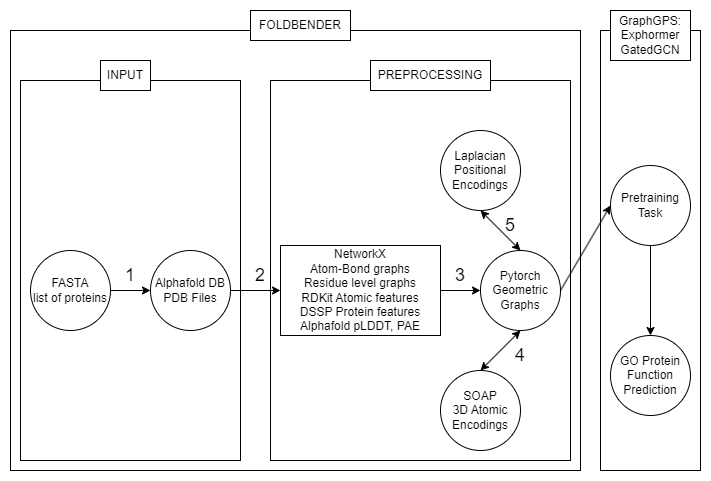
Earlier version of the draw.io export foldbent.png (branchialspace/foldbender). Source tidied: cells renumbered, new cells last; positions are measured from the earlier drawing's top-left corner, leaving out a move shared by most shapes. The source it was exported from:
```xml
<mxGraphModel>
  <root>
    <mxCell id="0" />
    <mxCell id="1" parent="0" />
    <mxCell id="2" style="rounded=0;whiteSpace=wrap;html=1;" parent="1" vertex="1">
      <mxGeometry y="20" width="570" height="440" as="geometry" />
    </mxCell>
    <mxCell id="3" style="rounded=0;whiteSpace=wrap;html=1;" parent="1" vertex="1">
      <mxGeometry x="590" y="20" width="100" height="440" as="geometry" />
    </mxCell>
    <mxCell id="4" style="rounded=0;whiteSpace=wrap;html=1;" parent="1" vertex="1">
      <mxGeometry x="260" y="70" width="300" height="380" as="geometry" />
    </mxCell>
    <mxCell id="5" style="rounded=0;whiteSpace=wrap;html=1;" parent="1" vertex="1">
      <mxGeometry x="10" y="70" width="220" height="380" as="geometry" />
    </mxCell>
    <mxCell id="6" value="FASTA&lt;br&gt;list of proteins" style="ellipse;whiteSpace=wrap;html=1;" parent="1" vertex="1">
      <mxGeometry x="20" y="240" width="80" height="80" as="geometry" />
    </mxCell>
    <mxCell id="7" value="Alphafold DB&lt;br&gt;PDB Files" style="ellipse;whiteSpace=wrap;html=1;" parent="1" vertex="1">
      <mxGeometry x="140" y="240" width="80" height="80" as="geometry" />
    </mxCell>
    <mxCell id="8" style="endArrow=classic;html=1;rounded=0;exitX=1;exitY=0.5;exitDx=0;exitDy=0;entryX=0;entryY=0.5;entryDx=0;entryDy=0;" parent="1" edge="1" source="6" target="7">
      <mxGeometry relative="1" as="geometry" />
    </mxCell>
    <mxCell id="9" value="NetworkX &lt;br&gt;Atom-Bond graphs&lt;br&gt;Residue level graphs&lt;br&gt;RDKit Atomic features&lt;br&gt;DSSP Protein features&lt;br&gt;Alphafold pLDDT, PAE" style="rounded=0;whiteSpace=wrap;html=1;align=center;" parent="1" vertex="1">
      <mxGeometry x="270" y="235" width="160" height="90" as="geometry" />
    </mxCell>
    <mxCell id="10" style="edgeStyle=orthogonalEdgeStyle;rounded=0;orthogonalLoop=1;jettySize=auto;html=1;exitX=0.5;exitY=1;exitDx=0;exitDy=0;" parent="1" edge="1" source="9" target="9">
      <mxGeometry relative="1" as="geometry" />
    </mxCell>
    <mxCell id="11" style="endArrow=classic;html=1;rounded=0;exitX=1;exitY=0.5;exitDx=0;exitDy=0;entryX=0;entryY=0.5;entryDx=0;entryDy=0;" parent="1" edge="1" source="7" target="9">
      <mxGeometry relative="1" as="geometry" />
    </mxCell>
    <mxCell id="12" value="Pytorch Geometric&lt;br&gt;Graphs" style="ellipse;whiteSpace=wrap;html=1;" parent="1" vertex="1">
      <mxGeometry x="470" y="240" width="80" height="80" as="geometry" />
    </mxCell>
    <mxCell id="13" style="endArrow=classic;html=1;rounded=0;exitX=1;exitY=0.5;exitDx=0;exitDy=0;entryX=0;entryY=0.5;entryDx=0;entryDy=0;" parent="1" edge="1" source="9" target="12">
      <mxGeometry relative="1" as="geometry" />
    </mxCell>
    <mxCell id="14" value="Laplacian&lt;br&gt;Positional&lt;br&gt;Encodings" style="ellipse;whiteSpace=wrap;html=1;" parent="1" vertex="1">
      <mxGeometry x="430" y="120" width="80" height="80" as="geometry" />
    </mxCell>
    <mxCell id="15" value="SOAP&lt;br&gt;3D Atomic Encodings" style="ellipse;whiteSpace=wrap;html=1;" parent="1" vertex="1">
      <mxGeometry x="430" y="360" width="80" height="80" as="geometry" />
    </mxCell>
    <mxCell id="16" style="endArrow=classic;startArrow=classic;html=1;rounded=0;exitX=0.5;exitY=0;exitDx=0;exitDy=0;entryX=0.5;entryY=1;entryDx=0;entryDy=0;" parent="1" edge="1" source="12" target="14">
      <mxGeometry relative="1" as="geometry" />
    </mxCell>
    <mxCell id="17" style="endArrow=classic;startArrow=classic;html=1;rounded=0;exitX=0.5;exitY=0;exitDx=0;exitDy=0;entryX=0.5;entryY=1;entryDx=0;entryDy=0;" parent="1" edge="1" source="15" target="12">
      <mxGeometry relative="1" as="geometry" />
    </mxCell>
    <mxCell id="18" style="endArrow=classic;html=1;rounded=0;exitX=1;exitY=0.5;exitDx=0;exitDy=0;entryX=0;entryY=0.5;entryDx=0;entryDy=0;" parent="1" edge="1" source="12" target="19">
      <mxGeometry relative="1" as="geometry" />
    </mxCell>
    <mxCell id="19" value="Pretraining&lt;br&gt;Task" style="ellipse;whiteSpace=wrap;html=1;" parent="1" vertex="1">
      <mxGeometry x="600" y="155" width="80" height="80" as="geometry" />
    </mxCell>
    <mxCell id="20" style="endArrow=classic;html=1;rounded=0;exitX=0.5;exitY=1;exitDx=0;exitDy=0;entryX=0.5;entryY=0;entryDx=0;entryDy=0;" parent="1" edge="1" source="19" target="21">
      <mxGeometry relative="1" as="geometry" />
    </mxCell>
    <mxCell id="21" value="GO Protein Function Prediction" style="ellipse;whiteSpace=wrap;html=1;" parent="1" vertex="1">
      <mxGeometry x="600" y="325" width="80" height="80" as="geometry" />
    </mxCell>
    <mxCell id="22" value="INPUT" style="rounded=0;whiteSpace=wrap;html=1;" parent="1" vertex="1">
      <mxGeometry x="90" y="50" width="50" height="30" as="geometry" />
    </mxCell>
    <mxCell id="23" value="PREPROCESSING" style="rounded=0;whiteSpace=wrap;html=1;" parent="1" vertex="1">
      <mxGeometry x="360" y="50" width="120" height="30" as="geometry" />
    </mxCell>
    <mxCell id="24" value="GraphGPS:&lt;br&gt;Exphormer&lt;br&gt;GatedGCN" style="rounded=0;whiteSpace=wrap;html=1;" parent="1" vertex="1">
      <mxGeometry x="600" width="80" height="50" as="geometry" />
    </mxCell>
    <mxCell id="25" value="&lt;font style=&quot;font-size: 18px;&quot;&gt;1&lt;/font&gt;" style="text;html=1;strokeColor=none;fillColor=none;align=center;verticalAlign=middle;whiteSpace=wrap;rounded=0;" parent="1" vertex="1">
      <mxGeometry x="90" y="250" width="60" height="30" as="geometry" />
    </mxCell>
    <mxCell id="26" value="&lt;font style=&quot;font-size: 18px;&quot;&gt;2&lt;/font&gt;" style="text;html=1;strokeColor=none;fillColor=none;align=center;verticalAlign=middle;whiteSpace=wrap;rounded=0;" parent="1" vertex="1">
      <mxGeometry x="220" y="250" width="60" height="30" as="geometry" />
    </mxCell>
    <mxCell id="27" value="&lt;font style=&quot;font-size: 18px;&quot;&gt;3&lt;/font&gt;" style="text;html=1;strokeColor=none;fillColor=none;align=center;verticalAlign=middle;whiteSpace=wrap;rounded=0;" parent="1" vertex="1">
      <mxGeometry x="420" y="250" width="60" height="30" as="geometry" />
    </mxCell>
    <mxCell id="28" value="&lt;font style=&quot;font-size: 18px;&quot;&gt;5&lt;/font&gt;" style="text;html=1;strokeColor=none;fillColor=none;align=center;verticalAlign=middle;whiteSpace=wrap;rounded=0;" parent="1" vertex="1">
      <mxGeometry x="470" y="200" width="60" height="30" as="geometry" />
    </mxCell>
    <mxCell id="29" value="&lt;font style=&quot;font-size: 18px;&quot;&gt;4&lt;/font&gt;" style="text;html=1;strokeColor=none;fillColor=none;align=center;verticalAlign=middle;whiteSpace=wrap;rounded=0;" parent="1" vertex="1">
      <mxGeometry x="480" y="330" width="60" height="30" as="geometry" />
    </mxCell>
    <mxCell id="30" value="FOLDBENDER" style="rounded=0;whiteSpace=wrap;html=1;" parent="1" vertex="1">
      <mxGeometry x="240" width="100" height="30" as="geometry" />
    </mxCell>
  </root>
</mxGraphModel>
```
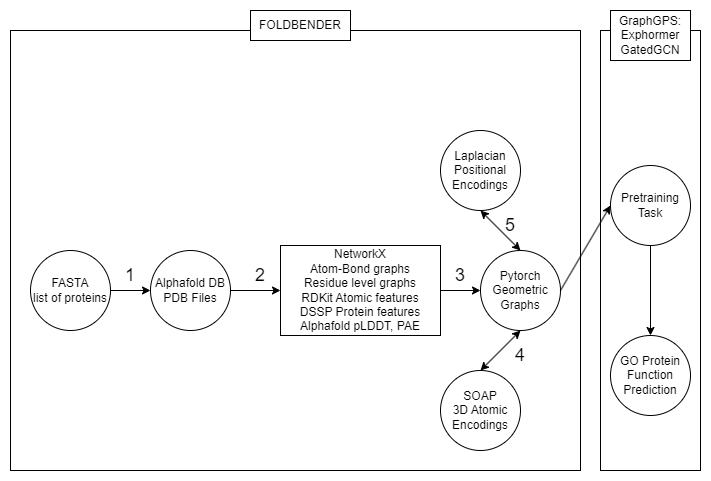
The same file after the commit.

What changed in the source:
```diff
@@ -8,12 +8,6 @@
     <mxCell id="3" style="rounded=0;whiteSpace=wrap;html=1;" parent="1" vertex="1">
       <mxGeometry x="590" y="20" width="100" height="440" as="geometry" />
     </mxCell>
-    <mxCell id="4" style="rounded=0;whiteSpace=wrap;html=1;" parent="1" vertex="1">
-      <mxGeometry x="260" y="70" width="300" height="380" as="geometry" />
-    </mxCell>
-    <mxCell id="5" style="rounded=0;whiteSpace=wrap;html=1;" parent="1" vertex="1">
-      <mxGeometry x="10" y="70" width="220" height="380" as="geometry" />
-    </mxCell>
     <mxCell id="6" value="FASTA&lt;br&gt;list of proteins" style="ellipse;whiteSpace=wrap;html=1;" parent="1" vertex="1">
       <mxGeometry x="20" y="240" width="80" height="80" as="geometry" />
     </mxCell>
@@ -62,12 +56,6 @@
     <mxCell id="21" value="GO Protein Function Prediction" style="ellipse;whiteSpace=wrap;html=1;" parent="1" vertex="1">
       <mxGeometry x="600" y="325" width="80" height="80" as="geometry" />
     </mxCell>
-    <mxCell id="22" value="INPUT" style="rounded=0;whiteSpace=wrap;html=1;" parent="1" vertex="1">
-      <mxGeometry x="90" y="50" width="50" height="30" as="geometry" />
-    </mxCell>
-    <mxCell id="23" value="PREPROCESSING" style="rounded=0;whiteSpace=wrap;html=1;" parent="1" vertex="1">
-      <mxGeometry x="360" y="50" width="120" height="30" as="geometry" />
-    </mxCell>
     <mxCell id="24" value="GraphGPS:&lt;br&gt;Exphormer&lt;br&gt;GatedGCN" style="rounded=0;whiteSpace=wrap;html=1;" parent="1" vertex="1">
       <mxGeometry x="600" width="80" height="50" as="geometry" />
     </mxCell>
```
